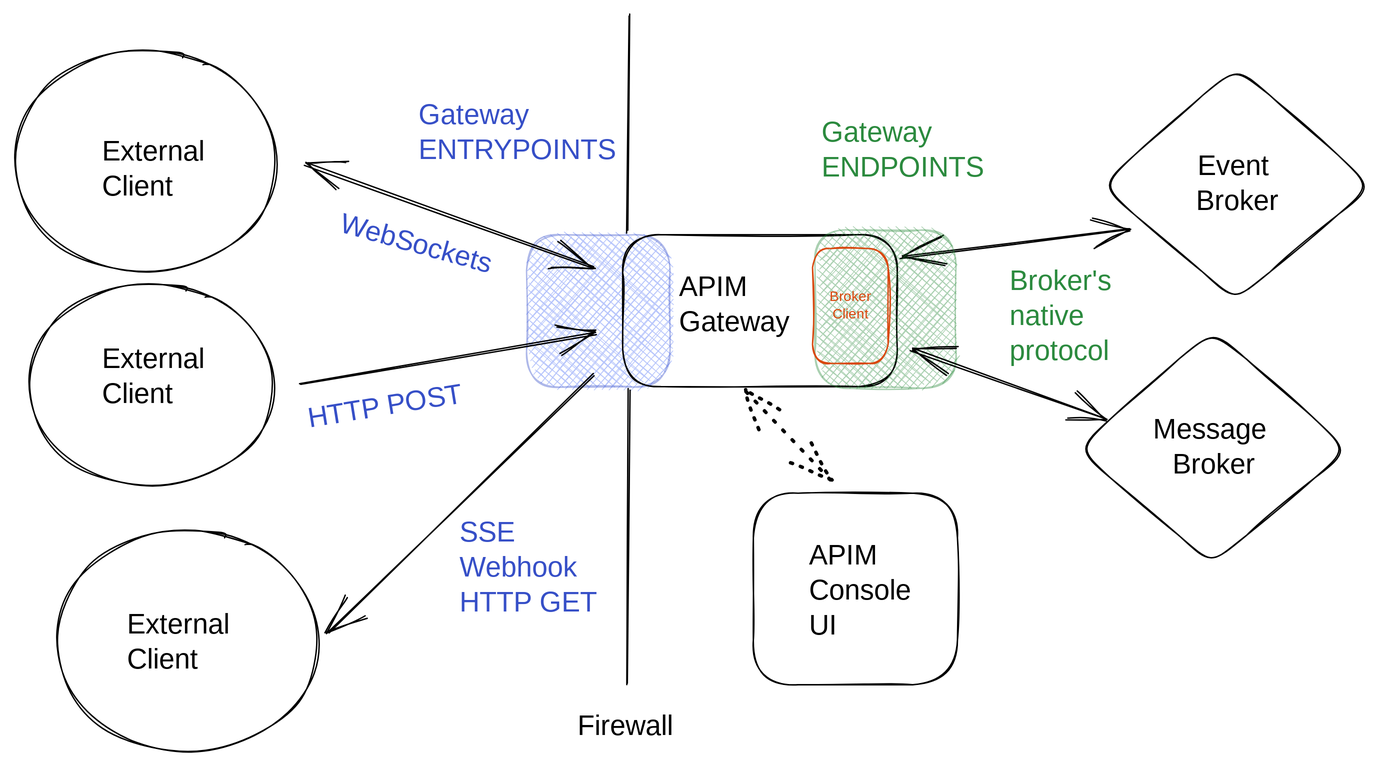
gravitee-io/gravitee-platform-docs keeps this Excalidraw diagram as docs/apim/4.2/.gitbook/assets/file.excalidraw (5).svg. Above is the earlier version. Source tidied: one line per element, renumbered; positions are measured from the earlier drawing's top-left corner, leaving out a move shared by most shapes.
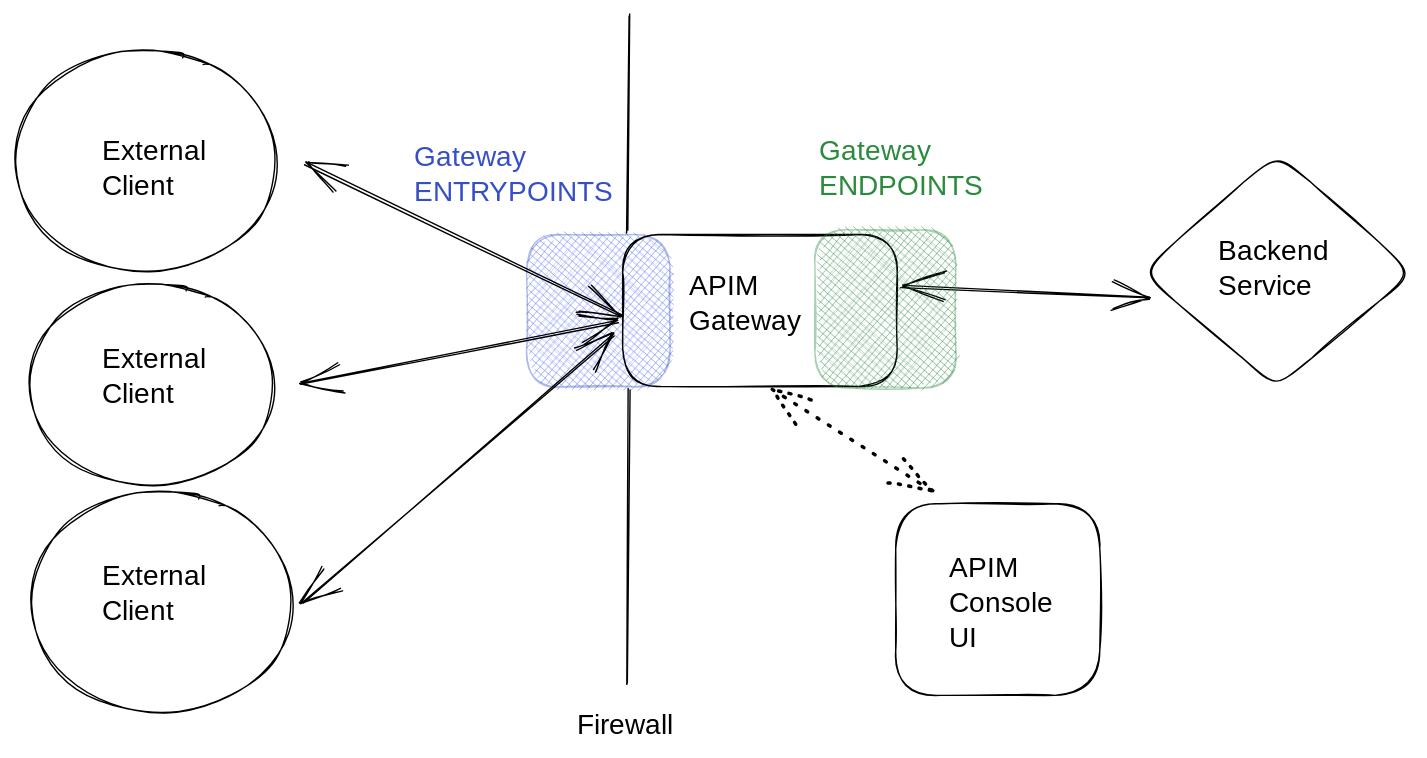
After the change.

What changed in the source:
```diff
@@ -1,33 +1,24 @@
-{"id": 0, "type": "rectangle", "strokeColor": "#364fc7", "backgroundColor": "#4c6ef5", "fillStyle": "cross-hatch", "strokeWidth": 1, "roughness": 1, "opacity": 40, "round": true, "x": 366, "y": 157, "width": 103, "height": 109}
-{"id": 1, "type": "rectangle", "strokeColor": "#000000", "strokeWidth": 1, "roughness": 1, "round": true, "x": 435, "y": 157, "width": 196, "height": 109}
+{"id": 33, "type": "rectangle", "strokeColor": "#364fc7", "backgroundColor": "#4c6ef5", "fillStyle": "cross-hatch", "strokeWidth": 1, "roughness": 1, "opacity": 40, "round": true, "x": 308, "y": 192, "width": 103, "height": 109}
+{"id": 34, "type": "rectangle", "strokeColor": "#000000", "strokeWidth": 1, "roughness": 1, "round": true, "x": 377, "y": 192, "width": 196, "height": 109}
-{"id": 2, "type": "text", "text": "APIM\nGateway", "strokeColor": "#000000", "strokeWidth": 1, "roughness": 1, "fontSize": 20, "fontFamily": 1, "x": 475, "y": 183, "width": 86, "height": 50}
+{"id": 2, "type": "text", "text": "APIM\nGateway", "strokeColor": "#000000", "strokeWidth": 1, "roughness": 1, "fontSize": 20, "fontFamily": 1, "x": 424, "y": 218, "width": 86, "height": 50}
-{"id": 3, "type": "text", "text": "External \nClient", "strokeColor": "#000000", "strokeWidth": 1, "roughness": 1, "fontSize": 20, "fontFamily": 1, "x": 63, "y": 86, "width": 93, "height": 50}
-{"id": 4, "type": "text", "text": "External \nClient", "strokeColor": "#000000", "strokeWidth": 1, "roughness": 1, "fontSize": 20, "fontFamily": 1, "x": 63, "y": 234, "width": 93, "height": 50}
-{"id": 5, "type": "text", "text": "External \nClient", "strokeColor": "#000000", "strokeWidth": 1, "roughness": 1, "fontSize": 20, "fontFamily": 1, "x": 81, "y": 424, "width": 93, "height": 50}
-{"id": 6, "type": "arrow", "strokeColor": "#000000", "strokeWidth": 1, "roughness": 1, "startArrowhead": "arrow", "endArrowhead": "arrow", "round": true, "from": 21, "to": 1, "x": 208, "y": 107, "width": 206, "height": 75, "points": [[0, 0], [206, 75]]}
-{"id": 7, "type": "arrow", "strokeColor": "#000000", "strokeWidth": 1, "roughness": 1, "endArrowhead": "arrow", "round": true, "from": 22, "to": 1, "x": 204, "y": 263, "width": 211, "height": 35, "points": [[0, 0], [211, -35]]}
-{"id": 8, "type": "arrow", "strokeColor": "#000000", "strokeWidth": 1, "roughness": 1, "startArrowhead": "arrow", "round": true, "from": 23, "to": 1, "x": 224, "y": 441, "width": 190, "height": 184, "points": [[0, 0], [190, -184]]}
-{"id": 9, "type": "arrow", "strokeColor": "#000000", "strokeWidth": 1, "roughness": 1, "startArrowhead": "arrow", "endArrowhead": "arrow", "round": true, "from": 20, "to": 24, "x": 797, "y": 152, "width": 163, "height": 21, "points": [[0, 0], [-163, 21]]}
+{"id": 35, "type": "text", "text": "External \nClient", "strokeColor": "#000000", "strokeWidth": 1, "roughness": 1, "fontSize": 20, "fontFamily": 1, "x": 5, "y": 121, "width": 93, "height": 50}
+{"id": 36, "type": "text", "text": "External \nClient", "strokeColor": "#000000", "strokeWidth": 1, "roughness": 1, "fontSize": 20, "fontFamily": 1, "x": 5, "y": 269, "width": 93, "height": 50}
+{"id": 37, "type": "text", "text": "External \nClient", "strokeColor": "#000000", "strokeWidth": 1, "roughness": 1, "fontSize": 20, "fontFamily": 1, "x": 5, "y": 425, "width": 93, "height": 50}
+{"id": 38, "type": "arrow", "strokeColor": "#000000", "strokeWidth": 1, "roughness": 1, "startArrowhead": "arrow", "endArrowhead": "arrow", "round": true, "from": 49, "to": 34, "x": 150, "y": 141, "width": 226, "height": 109, "points": [[0, 0], [226, 109]]}
+{"id": 39, "type": "arrow", "strokeColor": "#000000", "strokeWidth": 1, "roughness": 1, "startArrowhead": "arrow", "endArrowhead": "arrow", "round": true, "from": 50, "to": 34, "x": 146, "y": 298, "width": 227, "height": 44, "points": [[0, 0], [227, -44]]}
+{"id": 40, "type": "arrow", "strokeColor": "#000000", "strokeWidth": 1, "roughness": 1, "startArrowhead": "arrow", "endArrowhead": "arrow", "round": true, "from": 51, "to": 34, "x": 147, "y": 455, "width": 223, "height": 191, "points": [[0, 0], [223, -191]]}
+{"id": 41, "type": "text", "text": "Backend\nService", "strokeColor": "#000000", "strokeWidth": 1, "roughness": 1, "fontSize": 20, "fontFamily": 1, "x": 802, "y": 193, "width": 79, "height": 50}
+{"id": 42, "type": "arrow", "strokeColor": "#000000", "strokeWidth": 1, "roughness": 1, "startArrowhead": "arrow", "endArrowhead": "arrow", "round": true, "from": 48, "to": 34, "x": 753, "y": 236, "width": 177, "height": 7, "points": [[0, 0], [-177, -7]]}
-{"id": 10, "type": "text", "text": "Firewall", "strokeColor": "#000000", "strokeWidth": 1, "roughness": 1, "fontSize": 20, "fontFamily": 1, "x": 402, "y": 496, "width": 71, "height": 25}
+{"id": 10, "type": "text", "text": "Firewall", "strokeColor": "#000000", "strokeWidth": 1, "roughness": 1, "fontSize": 20, "fontFamily": 1, "x": 344, "y": 531, "width": 71, "height": 25}
-{"id": 11, "type": "line", "strokeColor": "#000000", "strokeWidth": 1, "roughness": 1, "round": true, "x": 437, "y": 155, "width": 1, "height": 155, "points": [[0, 0], [1, -155]]}
-{"id": 12, "type": "line", "strokeColor": "#000000", "strokeWidth": 1, "roughness": 1, "round": true, "x": 440, "y": 269, "width": 3, "height": 210, "points": [[0, 0], [-3, 210]]}
-{"id": 13, "type": "arrow", "strokeColor": "#000000", "strokeWidth": 2, "strokeStyle": "dotted", "roughness": 1, "startArrowhead": "arrow", "endArrowhead": "arrow", "round": true, "from": 17, "to": 1, "x": 584, "y": 333, "width": 63, "height": 64, "points": [[0, 0], [-63, -64]]}
+{"id": 43, "type": "line", "strokeColor": "#000000", "strokeWidth": 1, "roughness": 1, "round": true, "x": 379, "y": 190, "width": 1, "height": 155, "points": [[0, 0], [1, -155]]}
+{"id": 44, "type": "line", "strokeColor": "#000000", "strokeWidth": 1, "roughness": 1, "round": true, "x": 382, "y": 304, "width": 3, "height": 210, "points": [[0, 0], [-3, 210]]}
+{"id": 45, "type": "arrow", "strokeColor": "#000000", "strokeWidth": 2, "strokeStyle": "dotted", "roughness": 1, "startArrowhead": "arrow", "endArrowhead": "arrow", "round": true, "from": 47, "to": 34, "x": 598, "y": 376, "width": 115, "height": 72, "points": [[0, 0], [-115, -72]]}
-{"id": 14, "type": "text", "text": "Gateway\nENTRYPOINTS", "strokeColor": "#364fc7", "backgroundColor": "#4c6ef5", "fillStyle": "cross-hatch", "strokeWidth": 1, "roughness": 1, "fontSize": 20, "fontFamily": 1, "x": 289, "y": 60, "width": 146, "height": 50}
+{"id": 14, "type": "text", "text": "Gateway\nENTRYPOINTS", "strokeColor": "#364fc7", "backgroundColor": "#4c6ef5", "fillStyle": "cross-hatch", "strokeWidth": 1, "roughness": 1, "fontSize": 20, "fontFamily": 1, "x": 228, "y": 125, "width": 146, "height": 50}
-{"id": 15, "type": "rectangle", "strokeColor": "#2b8a3e", "backgroundColor": "#2b8a3e", "fillStyle": "cross-hatch", "strokeWidth": 1, "roughness": 1, "opacity": 40, "round": true, "x": 572, "y": 154, "width": 101, "height": 113}
+{"id": 46, "type": "rectangle", "strokeColor": "#2b8a3e", "backgroundColor": "#2b8a3e", "fillStyle": "cross-hatch", "strokeWidth": 1, "roughness": 1, "opacity": 40, "round": true, "x": 514, "y": 189, "width": 101, "height": 113}
-{"id": 16, "type": "text", "text": "Gateway\nENDPOINTS", "strokeColor": "#2b8a3e", "backgroundColor": "#4c6ef5", "fillStyle": "cross-hatch", "strokeWidth": 1, "roughness": 1, "fontSize": 20, "fontFamily": 1, "x": 577, "y": 73, "width": 122, "height": 50}
+{"id": 16, "type": "text", "text": "Gateway\nENDPOINTS", "strokeColor": "#2b8a3e", "backgroundColor": "#4c6ef5", "fillStyle": "cross-hatch", "strokeWidth": 1, "roughness": 1, "fontSize": 20, "fontFamily": 1, "x": 517, "y": 121, "width": 122, "height": 50}
-{"id": 17, "type": "rectangle", "strokeColor": "#000000", "strokeWidth": 1, "roughness": 1, "round": true, "x": 528, "y": 342, "width": 146, "height": 137}
+{"id": 47, "type": "rectangle", "strokeColor": "#000000", "strokeWidth": 1, "roughness": 1, "round": true, "x": 572, "y": 385, "width": 146, "height": 137}
-{"id": 18, "type": "text", "text": "APIM\nConsole\nUI", "strokeColor": "#000000", "strokeWidth": 1, "roughness": 1, "fontSize": 20, "fontFamily": 1, "x": 568, "y": 375, "width": 71, "height": 75}
+{"id": 18, "type": "text", "text": "APIM\nConsole\nUI", "strokeColor": "#000000", "strokeWidth": 1, "roughness": 1, "fontSize": 20, "fontFamily": 1, "x": 610, "y": 419, "width": 71, "height": 75}
-{"id": 19, "type": "text", "text": "Event \nBroker", "strokeColor": "#000000", "strokeWidth": 1, "roughness": 1, "fontSize": 20, "fontFamily": 1, "textAlign": "center", "x": 841, "y": 97, "width": 66, "height": 50}
-{"id": 20, "type": "diamond", "strokeColor": "#000000", "strokeWidth": 1, "roughness": 1, "round": true, "x": 776, "y": 37, "width": 194, "height": 168}
-{"id": 21, "type": "ellipse", "strokeColor": "#000000", "strokeWidth": 1, "roughness": 1, "round": true, "x": 0, "y": 25, "width": 188, "height": 159}
-{"id": 22, "type": "ellipse", "strokeColor": "#000000", "strokeWidth": 1, "roughness": 1, "round": true, "x": 10, "y": 192, "width": 176, "height": 144}
-{"id": 23, "type": "ellipse", "strokeColor": "#000000", "strokeWidth": 1, "roughness": 1, "round": true, "x": 30, "y": 368, "width": 188, "height": 159}
-{"id": 24, "type": "rectangle", "strokeColor": "#d9480f", "strokeWidth": 1, "roughness": 1, "round": true, "x": 570, "y": 167, "width": 54, "height": 82}
-{"id": 25, "type": "text", "text": "Broker\nClient", "strokeColor": "#d9480f", "strokeWidth": 1, "roughness": 1, "fontSize": 9.88, "fontFamily": 1, "textAlign": "center", "verticalAlign": "middle", "inside": 24, "x": 582, "y": 196, "width": 31, "height": 25}
-{"id": 26, "type": "arrow", "strokeColor": "#000000", "strokeWidth": 1, "roughness": 1, "startArrowhead": "arrow", "endArrowhead": "arrow", "round": true, "from": 28, "to": 1, "x": 780, "y": 288, "width": 139, "height": 49, "points": [[0, 0], [-139, -49]]}
-{"id": 27, "type": "text", "text": "Message \nBroker", "strokeColor": "#000000", "strokeWidth": 1, "roughness": 1, "fontSize": 20, "fontFamily": 1, "textAlign": "center", "x": 811, "y": 285, "width": 92, "height": 50}
-{"id": 28, "type": "diamond", "strokeColor": "#000000", "strokeWidth": 1, "roughness": 1, "round": true, "x": 759, "y": 225, "width": 194, "height": 168}
-{"id": 29, "type": "text", "text": "SSE\nWebhook\nHTTP GET", "strokeColor": "#364fc7", "strokeWidth": 1, "roughness": 1, "fontSize": 20, "fontFamily": 1, "x": 318, "y": 358, "width": 112, "height": 75}
-{"id": 30, "type": "text", "text": "HTTP POST", "strokeColor": "#364fc7", "angle": 6.12, "strokeWidth": 1, "roughness": 1, "fontSize": 20, "fontFamily": 1, "x": 209, "y": 267, "width": 122, "height": 25}
-{"id": 31, "type": "text", "text": "WebSockets", "strokeColor": "#364fc7", "angle": 0.27, "strokeWidth": 1, "roughness": 1, "fontSize": 20, "fontFamily": 1, "x": 231, "y": 152, "width": 112, "height": 25}
-{"id": 32, "type": "text", "text": "Broker's\nnative\nprotocol", "strokeColor": "#2b8a3e", "strokeWidth": 1, "roughness": 1, "fontSize": 20, "fontFamily": 1, "x": 711, "y": 179, "width": 80, "height": 75}
+{"id": 48, "type": "diamond", "strokeColor": "#000000", "strokeWidth": 1, "roughness": 1, "round": true, "x": 748, "y": 134, "width": 194, "height": 168}
+{"id": 49, "type": "ellipse", "strokeColor": "#000000", "strokeWidth": 1, "roughness": 1, "round": true, "x": -58, "y": 60, "width": 188, "height": 159}
+{"id": 50, "type": "ellipse", "strokeColor": "#000000", "strokeWidth": 1, "roughness": 1, "round": true, "x": -48, "y": 227, "width": 176, "height": 144}
+{"id": 51, "type": "ellipse", "strokeColor": "#000000", "strokeWidth": 1, "roughness": 1, "round": true, "x": -47, "y": 376, "width": 188, "height": 159}
```
